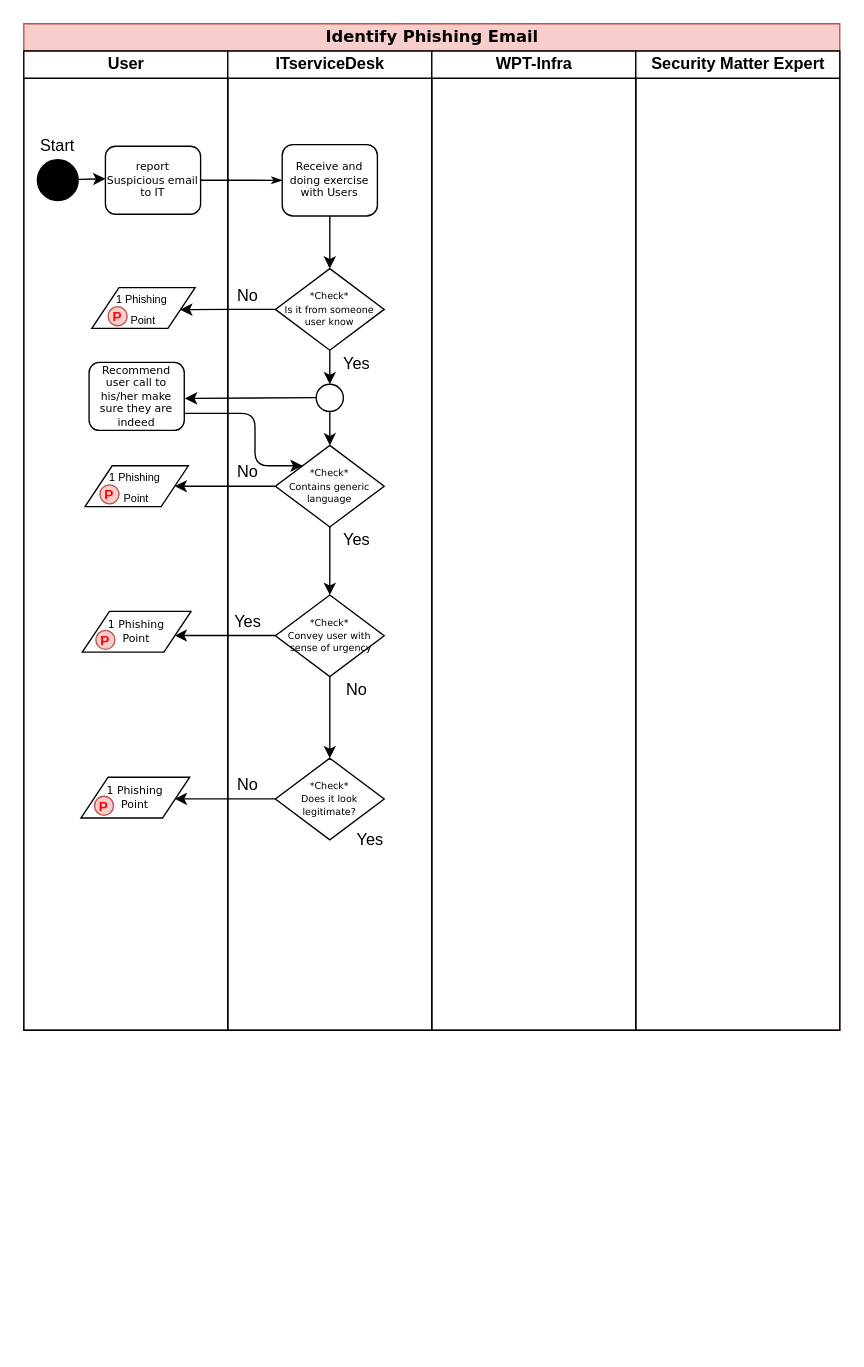
This is Untitled Diagram.drawio from psukasame/sukasamecloud, a draw.io file, before an edit. Source tidied: cells renumbered, new cells numbered last; positions are measured from the earlier drawing's top-left corner, leaving out a move shared by most shapes. Both pictures are drawn from the tidied source at 136%, with x=0, y=0 at pixel (23, 23).
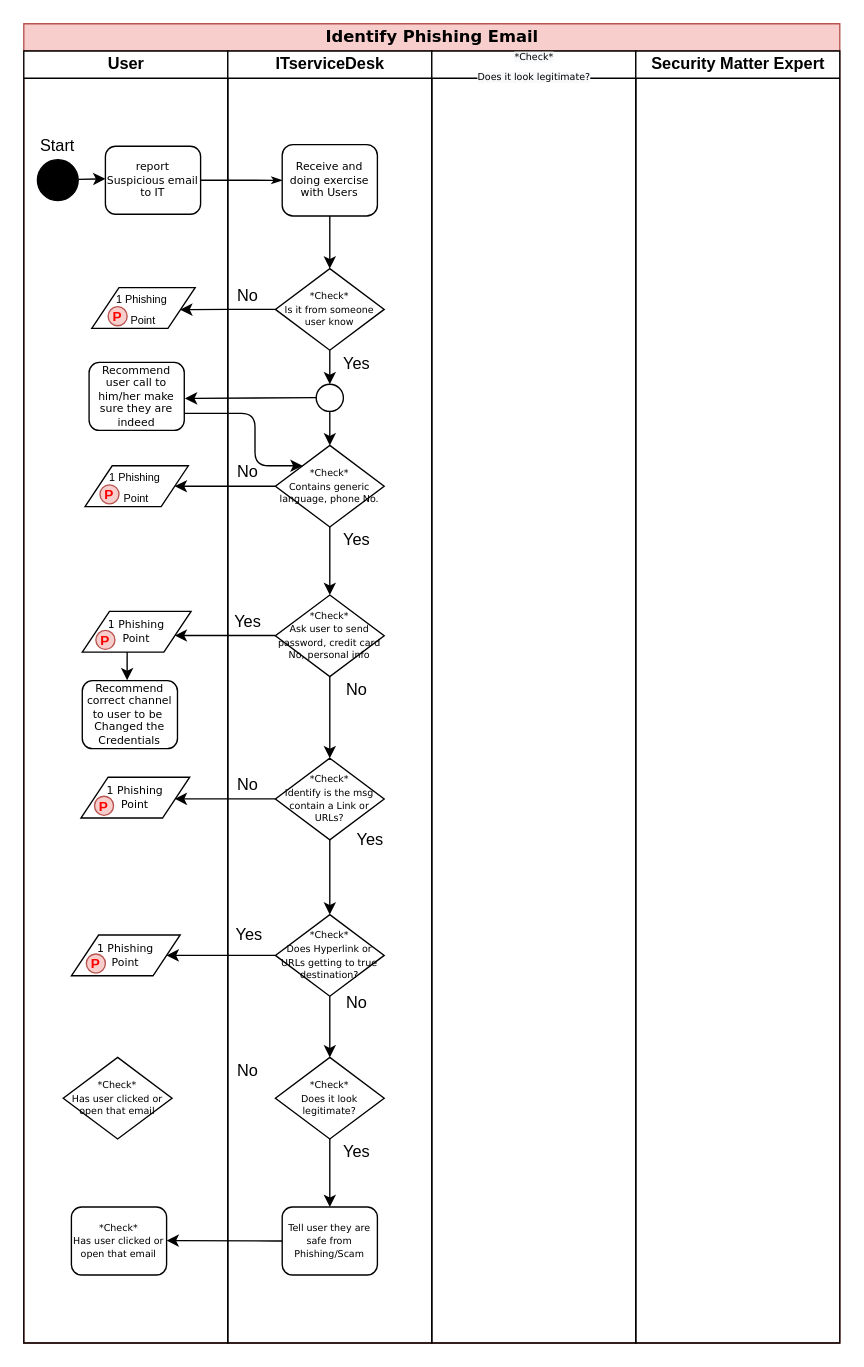
The same diagram, later.

What changed in the source:
```diff
@@
     <mxCell id="2" value="&lt;font style=&quot;font-size: 12px&quot;&gt;Identify Phishing Email&lt;/font&gt;" style="swimlane;html=1;startSize=20;rounded=0;shadow=0;labelBackgroundColor=none;strokeWidth=1;fontFamily=Verdana;fontSize=8;align=center;fillColor=#f8cecc;strokeColor=#b85450;" parent="1" vertex="1">
-      <mxGeometry width="600" height="740" as="geometry" />
+      <mxGeometry width="600" height="970" as="geometry" />
     </mxCell>
     <mxCell id="3" value="User" style="swimlane;html=1;startSize=20;" parent="2" vertex="1">
-      <mxGeometry y="20" width="150" height="720" as="geometry" />
+      <mxGeometry y="20" width="150" height="950" as="geometry" />
     </mxCell>
@@
-    <mxCell id="11" value="Recommend user call to his/her make sure they are indeed" style="rounded=1;whiteSpace=wrap;html=1;shadow=0;labelBackgroundColor=none;strokeWidth=1;fontFamily=Verdana;fontSize=8;align=center;" parent="3" vertex="1">
+    <mxCell id="11" value="Recommend user call to him/her make sure they are indeed" style="rounded=1;whiteSpace=wrap;html=1;shadow=0;labelBackgroundColor=none;strokeWidth=1;fontFamily=Verdana;fontSize=8;align=center;" parent="3" vertex="1">
       <mxGeometry x="48" y="229" width="70" height="50" as="geometry" />
     </mxCell>
@@
+    <mxCell id="46" value="1 Phishing&lt;br&gt;Point" style="shape=parallelogram;perimeter=parallelogramPerimeter;whiteSpace=wrap;html=1;fixedSize=1;rounded=0;shadow=0;fontFamily=Verdana;fontSize=8;strokeWidth=1;" parent="3" vertex="1">
+      <mxGeometry x="35" y="650" width="80" height="30" as="geometry" />
+    </mxCell>
+    <mxCell id="47" value="&lt;font style=&quot;font-size: 10px&quot; color=&quot;#ff0000&quot;&gt;&lt;b&gt;P&lt;/b&gt;&lt;/font&gt;" style="ellipse;whiteSpace=wrap;html=1;fillColor=#f8cecc;strokeColor=#b85450;" parent="3" vertex="1">
+      <mxGeometry x="46" y="664" width="14" height="14" as="geometry" />
+    </mxCell>
+    <mxCell id="48" value="&lt;span style=&quot;font-size: 7px&quot;&gt;*Check*&lt;/span&gt;&lt;br&gt;&lt;span style=&quot;font-size: 7px&quot;&gt;Has user clicked or open that email&lt;/span&gt;" style="rhombus;whiteSpace=wrap;html=1;rounded=0;shadow=0;labelBackgroundColor=none;strokeWidth=1;fontFamily=Verdana;fontSize=8;align=center;" parent="3" vertex="1">
+      <mxGeometry x="29" y="740" width="80" height="60" as="geometry" />
+    </mxCell>
+    <mxCell id="49" value="Recommend correct channel to user to be&amp;nbsp; Changed the Credentials" style="rounded=1;whiteSpace=wrap;html=1;shadow=0;labelBackgroundColor=none;strokeWidth=1;fontFamily=Verdana;fontSize=8;align=center;" parent="3" vertex="1">
+      <mxGeometry x="43" y="463" width="70" height="50" as="geometry" />
+    </mxCell>
+    <mxCell id="50" value="&lt;span style=&quot;font-size: 7px&quot;&gt;*Check*&lt;/span&gt;&lt;br&gt;&lt;span style=&quot;font-size: 7px&quot;&gt;Has user clicked or open that email&lt;/span&gt;" style="rounded=1;whiteSpace=wrap;html=1;shadow=0;labelBackgroundColor=none;strokeWidth=1;fontFamily=Verdana;fontSize=8;align=center;" parent="3" vertex="1">
+      <mxGeometry x="35" y="850" width="70" height="50" as="geometry" />
+    </mxCell>
+    <mxCell id="51" style="edgeStyle=orthogonalEdgeStyle;rounded=0;jettySize=auto;html=1;exitX=0;exitY=0.5;exitDx=0;exitDy=0;" parent="3" edge="1" source="62">
+      <mxGeometry relative="1" as="geometry">
+        <mxPoint x="105" y="874.7" as="targetPoint" />
+        <Array as="points">
+          <mxPoint x="185" y="875" />
+        </Array>
+      </mxGeometry>
+    </mxCell>
+    <mxCell id="52" style="edgeStyle=orthogonalEdgeStyle;rounded=0;jettySize=auto;html=1;entryX=0.471;entryY=-0.007;entryDx=0;entryDy=0;entryPerimeter=0;" parent="3" edge="1" target="49">
+      <mxGeometry relative="1" as="geometry">
+        <mxPoint x="76" y="442" as="sourcePoint" />
+        <Array as="points">
+          <mxPoint x="76" y="462" />
+        </Array>
+      </mxGeometry>
+    </mxCell>
@@
     <mxCell id="18" value="ITserviceDesk" style="swimlane;html=1;startSize=20;" parent="2" vertex="1">
-      <mxGeometry x="150" y="20" width="150" height="720" as="geometry" />
+      <mxGeometry x="150" y="20" width="150" height="950" as="geometry" />
     </mxCell>
@@
-    <mxCell id="25" value="&lt;span style=&quot;font-size: 7px&quot;&gt;*Check*&lt;br&gt;Contains generic language&lt;br&gt;&lt;/span&gt;" style="rhombus;whiteSpace=wrap;html=1;rounded=0;shadow=0;labelBackgroundColor=none;strokeWidth=1;fontFamily=Verdana;fontSize=8;align=center;" parent="18" vertex="1">
+    <mxCell id="25" value="&lt;span style=&quot;font-size: 7px&quot;&gt;*Check*&lt;br&gt;Contains generic language, phone No.&lt;br&gt;&lt;/span&gt;" style="rhombus;whiteSpace=wrap;html=1;rounded=0;shadow=0;labelBackgroundColor=none;strokeWidth=1;fontFamily=Verdana;fontSize=8;align=center;" parent="18" vertex="1">
       <mxGeometry x="35" y="290" width="80" height="60" as="geometry" />
     </mxCell>
@@
-    <mxCell id="27" value="&lt;span style=&quot;font-size: 7px&quot;&gt;*Check*&lt;/span&gt;&lt;br&gt;&lt;span style=&quot;font-size: 7px&quot;&gt;Convey user with &amp;nbsp;sense of urgency&lt;/span&gt;" style="rhombus;whiteSpace=wrap;html=1;rounded=0;shadow=0;labelBackgroundColor=none;strokeWidth=1;fontFamily=Verdana;fontSize=8;align=center;" parent="18" vertex="1">
+    <mxCell id="27" value="&lt;span style=&quot;font-size: 7px&quot;&gt;*Check*&lt;br&gt;Ask user to send password, credit card No, personal info&lt;br&gt;&lt;/span&gt;" style="rhombus;whiteSpace=wrap;html=1;rounded=0;shadow=0;labelBackgroundColor=none;strokeWidth=1;fontFamily=Verdana;fontSize=8;align=center;" parent="18" vertex="1">
       <mxGeometry x="35" y="400" width="80" height="60" as="geometry" />
     </mxCell>
@@
-    <mxCell id="32" value="&lt;span style=&quot;font-size: 7px&quot;&gt;*Check*&lt;/span&gt;&lt;br&gt;&lt;span style=&quot;font-size: 7px&quot;&gt;Does it look legitimate?&lt;/span&gt;" style="rhombus;whiteSpace=wrap;html=1;rounded=0;shadow=0;labelBackgroundColor=none;strokeWidth=1;fontFamily=Verdana;fontSize=8;align=center;" parent="18" vertex="1">
+    <mxCell id="32" value="&lt;span style=&quot;font-size: 7px&quot;&gt;*Check*&lt;br&gt;&lt;/span&gt;&lt;span style=&quot;font-size: 7px&quot;&gt;Identify is the msg contain a Link or URLs?&lt;/span&gt;" style="rhombus;whiteSpace=wrap;html=1;rounded=0;shadow=0;labelBackgroundColor=none;strokeWidth=1;fontFamily=Verdana;fontSize=8;align=center;" parent="18" vertex="1">
       <mxGeometry x="35" y="520" width="80" height="60" as="geometry" />
     </mxCell>
@@
+    <mxCell id="53" value="&lt;span style=&quot;font-size: 7px&quot;&gt;*Check*&lt;br&gt;&lt;/span&gt;&lt;span style=&quot;font-size: 7px&quot;&gt;Does Hyperlink or URLs getting to true destination?&lt;/span&gt;" style="rhombus;whiteSpace=wrap;html=1;rounded=0;shadow=0;labelBackgroundColor=none;strokeWidth=1;fontFamily=Verdana;fontSize=8;align=center;" parent="18" vertex="1">
+      <mxGeometry x="35" y="635" width="80" height="60" as="geometry" />
+    </mxCell>
+    <mxCell id="54" style="edgeStyle=orthogonalEdgeStyle;rounded=0;jettySize=auto;html=1;" parent="18" edge="1" source="32" target="53">
+      <mxGeometry relative="1" as="geometry" />
+    </mxCell>
+    <mxCell id="55" style="edgeStyle=orthogonalEdgeStyle;rounded=0;jettySize=auto;html=1;" parent="18" edge="1" target="46">
+      <mxGeometry relative="1" as="geometry">
+        <mxPoint x="35" y="665" as="sourcePoint" />
+        <Array as="points">
+          <mxPoint x="35" y="665" />
+        </Array>
+      </mxGeometry>
+    </mxCell>
+    <mxCell id="56" value="&lt;span style=&quot;font-size: 7px&quot;&gt;*Check*&lt;br&gt;Does it look legitimate?&lt;/span&gt;" style="rhombus;whiteSpace=wrap;html=1;rounded=0;shadow=0;labelBackgroundColor=none;strokeWidth=1;fontFamily=Verdana;fontSize=8;align=center;" parent="18" vertex="1">
+      <mxGeometry x="35" y="740" width="80" height="60" as="geometry" />
+    </mxCell>
+    <mxCell id="57" style="edgeStyle=orthogonalEdgeStyle;rounded=0;jettySize=auto;html=1;" parent="18" edge="1" source="53" target="56">
+      <mxGeometry relative="1" as="geometry" />
+    </mxCell>
+    <mxCell id="58" value="Yes" style="text;html=1;strokeColor=none;fillColor=none;align=center;verticalAlign=middle;whiteSpace=wrap;rounded=0;" parent="18" vertex="1">
+      <mxGeometry x="-4" y="640" width="40" height="20" as="geometry" />
+    </mxCell>
+    <mxCell id="59" value="No" style="text;html=1;strokeColor=none;fillColor=none;align=center;verticalAlign=middle;whiteSpace=wrap;rounded=0;" parent="18" vertex="1">
+      <mxGeometry x="75" y="690" width="40" height="20" as="geometry" />
+    </mxCell>
+    <mxCell id="60" value="Yes" style="text;html=1;strokeColor=none;fillColor=none;align=center;verticalAlign=middle;whiteSpace=wrap;rounded=0;" parent="18" vertex="1">
+      <mxGeometry x="75" y="800" width="40" height="20" as="geometry" />
+    </mxCell>
+    <mxCell id="61" value="No" style="text;html=1;strokeColor=none;fillColor=none;align=center;verticalAlign=middle;whiteSpace=wrap;rounded=0;" parent="18" vertex="1">
+      <mxGeometry x="-5" y="740" width="40" height="20" as="geometry" />
+    </mxCell>
+    <mxCell id="62" value="&lt;span style=&quot;font-size: 7px&quot;&gt;Tell user they are safe from Phishing/Scam&lt;/span&gt;" style="rounded=1;whiteSpace=wrap;html=1;shadow=0;labelBackgroundColor=none;strokeWidth=1;fontFamily=Verdana;fontSize=8;align=center;" parent="18" vertex="1">
+      <mxGeometry x="40" y="850" width="70" height="50" as="geometry" />
+    </mxCell>
-    <mxCell id="42" value="WPT-Infra" style="swimlane;html=1;startSize=20;" parent="2" vertex="1">
-      <mxGeometry x="300" y="20" width="150" height="720" as="geometry" />
+    <mxCell id="42" value="&lt;span style=&quot;color: rgb(0, 0, 0); font-family: verdana; font-style: normal; font-weight: 400; letter-spacing: normal; text-align: center; text-indent: 0px; text-transform: none; word-spacing: 0px; background-color: rgb(248, 249, 250); font-size: 7px;&quot;&gt;*Check*&lt;/span&gt;&lt;br style=&quot;color: rgb(0, 0, 0); font-family: verdana; font-size: 8px; font-style: normal; font-weight: 400; letter-spacing: normal; text-align: center; text-indent: 0px; text-transform: none; word-spacing: 0px; background-color: rgb(248, 249, 250);&quot;&gt;&lt;span style=&quot;color: rgb(0, 0, 0); font-family: verdana; font-style: normal; font-weight: 400; letter-spacing: normal; text-align: center; text-indent: 0px; text-transform: none; word-spacing: 0px; background-color: rgb(248, 249, 250); font-size: 7px;&quot;&gt;Does it look legitimate?&lt;/span&gt;" style="swimlane;html=1;startSize=20;" parent="2" vertex="1">
+      <mxGeometry x="300" y="20" width="150" height="950" as="geometry" />
     </mxCell>
@@
     <mxCell id="44" value="Security Matter Expert" style="swimlane;html=1;startSize=20;" parent="2" vertex="1">
-      <mxGeometry x="450" y="20" width="150" height="720" as="geometry" />
+      <mxGeometry x="450" y="20" width="150" height="950" as="geometry" />
     </mxCell>
@@
+    <mxCell id="63" style="edgeStyle=orthogonalEdgeStyle;rounded=0;jettySize=auto;html=1;" parent="1" edge="1" source="56">
+      <mxGeometry relative="1" as="geometry">
+        <mxPoint x="225" y="870" as="targetPoint" />
+      </mxGeometry>
+    </mxCell>
```
